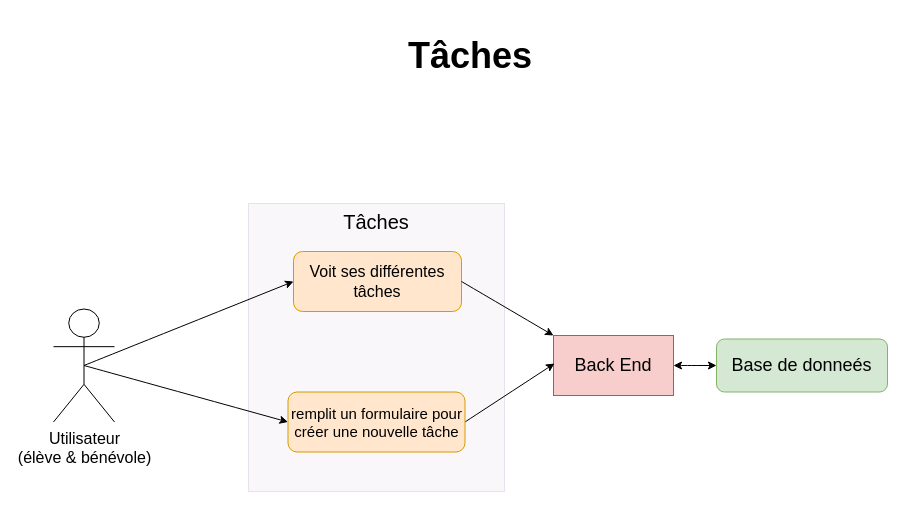
This is page "Tâches" (4 of 5) of Untitled Diagram.drawio from melacod/MelanieKlein_10_22122021, a draw.io file, before an edit. Source tidied: cells renumbered, new cells numbered last; positions are measured from the earlier drawing's top-left corner, leaving out a move shared by most shapes. Both pictures are drawn from the tidied source at 100%, with x=0, y=0 at pixel (53, 40).
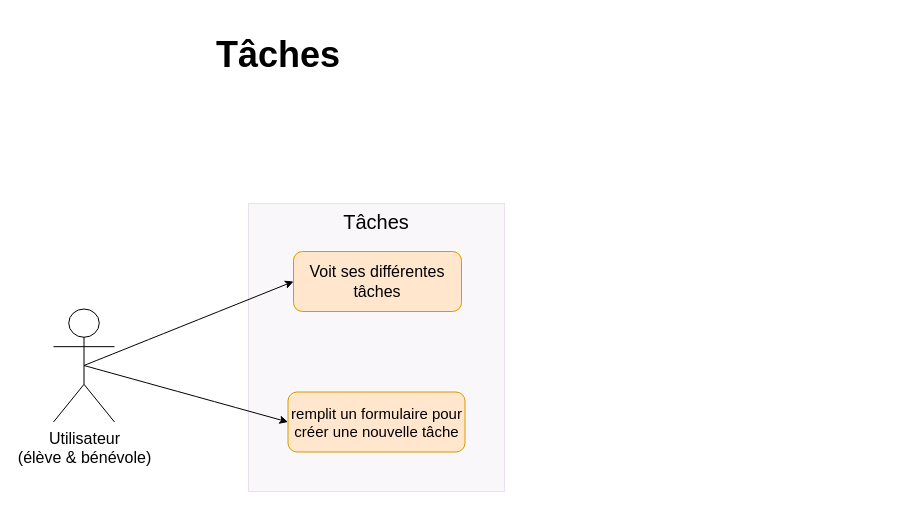
The same page after the edit.

What changed in the source:
```diff
@@
 <mxGraphModel>
   <root>
     <mxCell id="0" />
     <mxCell id="1" parent="0" />
     <mxCell id="2" value="&lt;h1&gt;&lt;font style=&quot;font-size: 36px&quot;&gt;Tâches&lt;/font&gt;&lt;/h1&gt;" style="text;html=1;strokeColor=none;fillColor=none;align=center;verticalAlign=middle;whiteSpace=wrap;rounded=0;" parent="1" vertex="1">
-      <mxGeometry x="263" width="308" height="30" as="geometry" />
+      <mxGeometry x="71" y="-1" width="308" height="30" as="geometry" />
     </mxCell>
     <mxCell id="3" value="&lt;span&gt;&lt;font style=&quot;font-size: 20px&quot;&gt;Tâches&lt;/font&gt;&lt;/span&gt;" style="rounded=0;whiteSpace=wrap;html=1;fontSize=18;strokeWidth=1;fillColor=#e1d5e7;strokeColor=#9673a6;opacity=20;verticalAlign=top;" parent="1" vertex="1">
       <mxGeometry x="195" y="163" width="256" height="288" as="geometry" />
     </mxCell>
     <mxCell id="4" value="&lt;font style=&quot;font-size: 16px&quot;&gt;Utilisateur&lt;br&gt;(élève &amp;amp; bénévole)&lt;/font&gt;" style="shape=umlActor;verticalLabelPosition=bottom;verticalAlign=top;html=1;outlineConnect=0;fontSize=14;" parent="1" vertex="1">
       <mxGeometry y="268.5" width="61" height="113" as="geometry" />
     </mxCell>
     <mxCell id="5" value="&lt;font style=&quot;font-size: 16px&quot;&gt;Voit ses différentes tâches&lt;/font&gt;" style="rounded=1;whiteSpace=wrap;html=1;fontSize=14;fillColor=#ffe6cc;strokeColor=#d79b00;" parent="1" vertex="1">
       <mxGeometry x="240" y="211" width="168" height="60" as="geometry" />
     </mxCell>
     <mxCell id="6" style="endArrow=classic;html=1;rounded=0;fontSize=18;curved=1;entryX=0;entryY=0.5;entryDx=0;entryDy=0;exitX=0.5;exitY=0.5;exitDx=0;exitDy=0;exitPerimeter=0;" parent="1" edge="1" source="4" target="5">
       <mxGeometry relative="1" as="geometry" />
     </mxCell>
-    <mxCell id="7" value="&lt;font style=&quot;font-size: 18px&quot;&gt;Back End&lt;/font&gt;" style="rounded=0;whiteSpace=wrap;html=1;fontSize=10;fillColor=#f8cecc;strokeColor=#b85450;" parent="1" vertex="1">
-      <mxGeometry x="500" y="295" width="120" height="60" as="geometry" />
-    </mxCell>
-    <mxCell id="8" value="&lt;span&gt;Base de donneés&lt;/span&gt;" style="rounded=1;whiteSpace=wrap;html=1;fontSize=18;fillColor=#d5e8d4;strokeColor=#82b366;strokeWidth=1;" parent="1" vertex="1">
-      <mxGeometry x="663" y="298.5" width="171" height="53" as="geometry" />
-    </mxCell>
-    <mxCell id="9" style="endArrow=classic;startArrow=classic;html=1;rounded=0;fontSize=18;entryX=0;entryY=0.5;entryDx=0;entryDy=0;exitX=1;exitY=0.5;exitDx=0;exitDy=0;curved=1;" parent="1" edge="1" source="7" target="8">
-      <mxGeometry relative="1" as="geometry" />
-    </mxCell>
-    <mxCell id="10" style="endArrow=classic;html=1;rounded=0;fontSize=18;exitX=1;exitY=0.5;exitDx=0;exitDy=0;entryX=0;entryY=0;entryDx=0;entryDy=0;curved=1;" parent="1" edge="1" source="5" target="7">
-      <mxGeometry relative="1" as="geometry" />
-    </mxCell>
-    <mxCell id="11" style="endArrow=classic;html=1;rounded=0;fontSize=18;curved=1;exitX=1;exitY=0.5;exitDx=0;exitDy=0;" parent="1" edge="1" source="13">
-      <mxGeometry relative="1" as="geometry">
-        <mxPoint x="501" y="323" as="targetPoint" />
-      </mxGeometry>
-    </mxCell>
     <mxCell id="12" style="endArrow=classic;html=1;rounded=0;fontSize=18;entryX=0;entryY=0.5;entryDx=0;entryDy=0;curved=1;exitX=0.5;exitY=0.5;exitDx=0;exitDy=0;exitPerimeter=0;" parent="1" edge="1" source="4" target="13">
       <mxGeometry relative="1" as="geometry" />
     </mxCell>
     <mxCell id="13" value="&lt;font style=&quot;font-size: 15px&quot;&gt;remplit un formulaire pour créer une nouvelle tâche&lt;br&gt;&lt;/font&gt;" style="rounded=1;whiteSpace=wrap;html=1;fontSize=14;fillColor=#ffe6cc;strokeColor=#d79b00;" parent="1" vertex="1">
       <mxGeometry x="234.5" y="351.5" width="177" height="60" as="geometry" />
     </mxCell>
   </root>
 </mxGraphModel>
```
